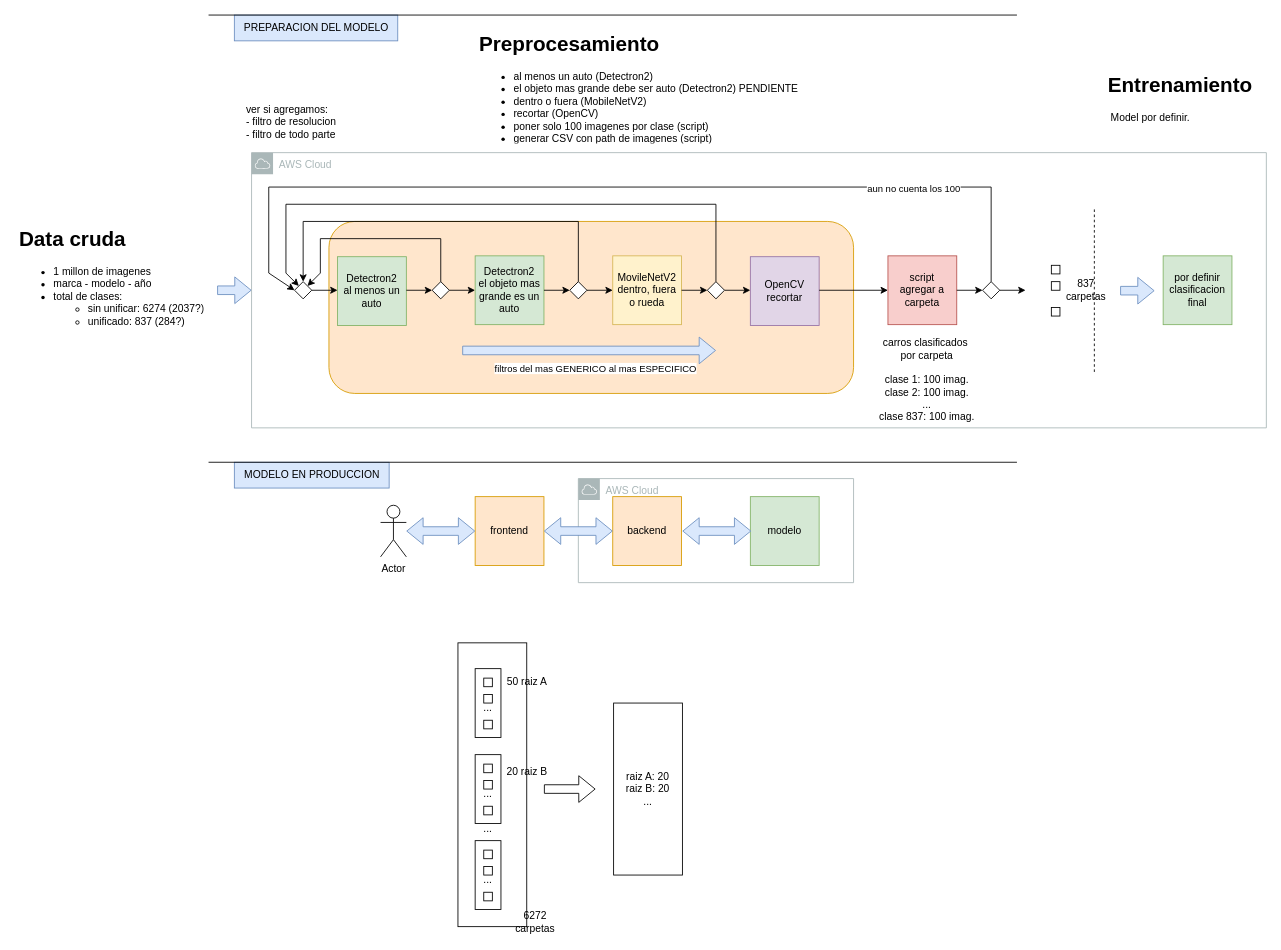
The draw.io diagram documentation/Diagrama sin título.drawio in josueelias9/AI-resnet_retraining, before the edit. Source tidied: cells renumbered, new cells numbered last; positions are measured from the earlier drawing's top-left corner, leaving out a move shared by most shapes. Both pictures are drawn from the tidied source at 86%, with x=0, y=0 at pixel (15, 15).
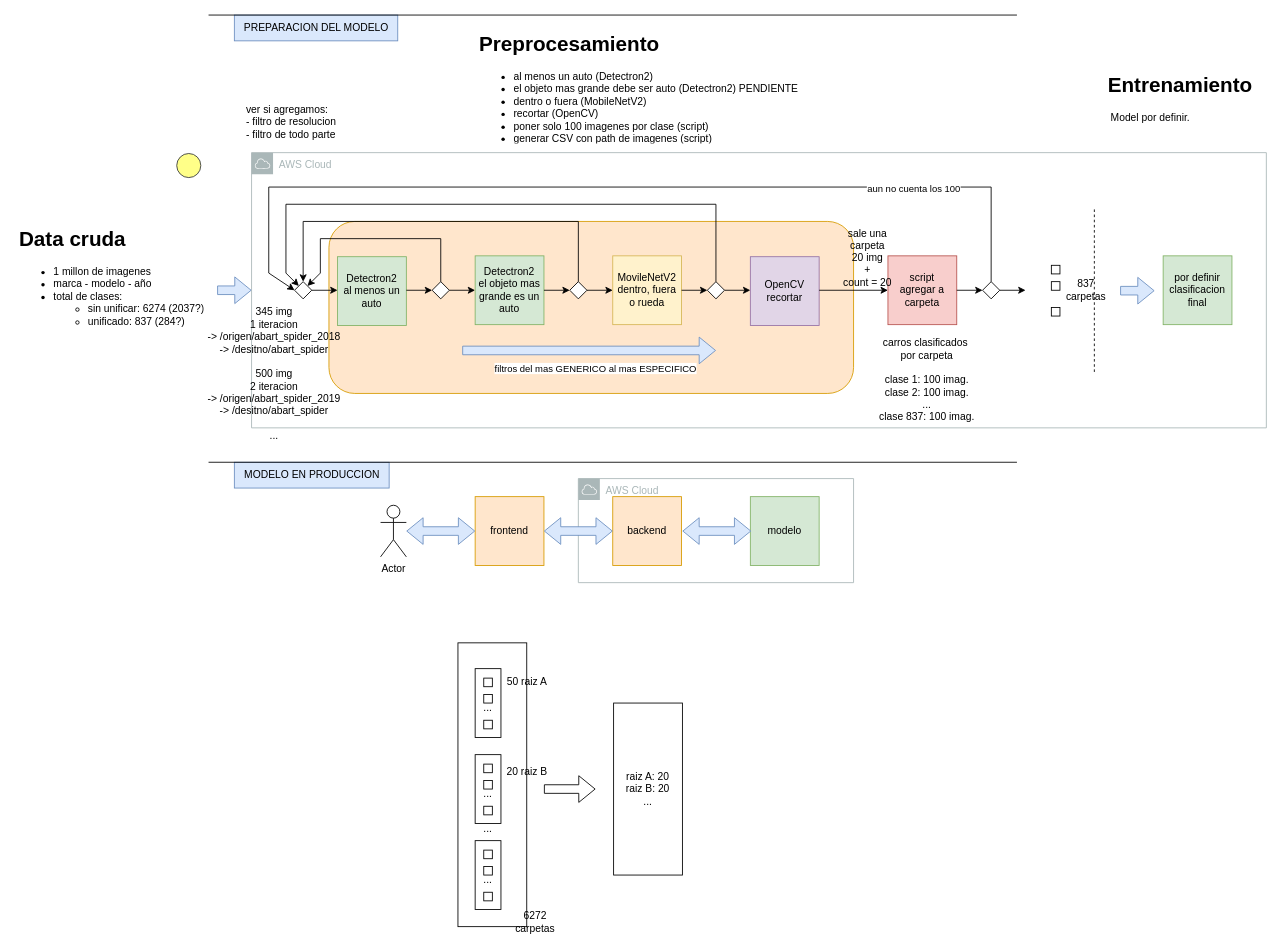
After the change.

Diff of the diagram source:
```diff
@@
+    <mxCell id="78" style="ellipse;whiteSpace=wrap;html=1;fillColor=#ffff88;strokeColor=#36393d;" parent="1" vertex="1">
+      <mxGeometry x="188" y="161" width="28" height="28" as="geometry" />
+    </mxCell>
+    <mxCell id="79" value="345 img&lt;br&gt;1 iteracion&lt;br&gt;-&amp;gt; /origen/abart_spider_2018&lt;br&gt;-&amp;gt; /desitno/abart_spider&lt;br&gt;&lt;br&gt;500 img&lt;br&gt;2 iteracion&lt;br&gt;-&amp;gt; /origen/abart_spider_2019&lt;br&gt;-&amp;gt; /desitno/abart_spider&lt;br&gt;&lt;br&gt;..." style="text;html=1;align=center;verticalAlign=middle;strokeColor=none;fillColor=none;" parent="1" vertex="1">
+      <mxGeometry x="215" y="332" width="172" height="170" as="geometry" />
+    </mxCell>
+    <mxCell id="80" value="sale una&lt;br&gt;carpeta&lt;br&gt;20 img&lt;br&gt;+&lt;br&gt;count = 20" style="text;html=1;align=center;verticalAlign=middle;strokeColor=none;fillColor=none;" parent="1" vertex="1">
+      <mxGeometry x="954" y="240" width="74" height="84" as="geometry" />
+    </mxCell>
```
